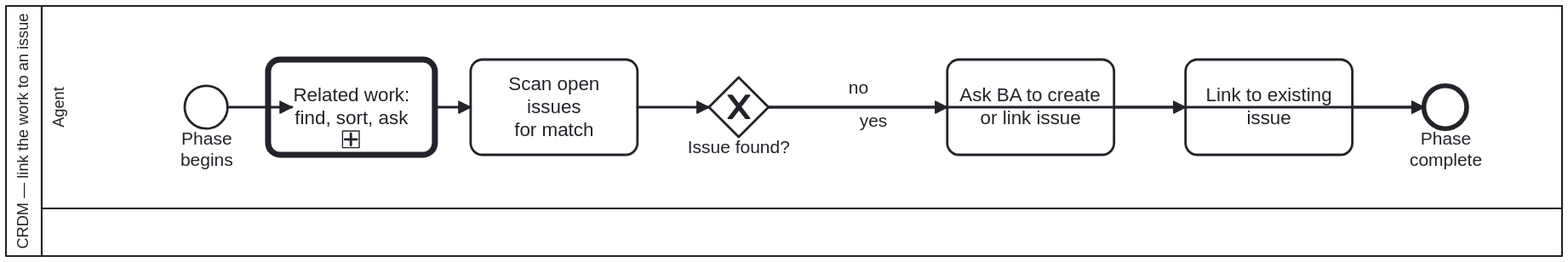
Before: docs/assets/img/workflows/crdm-issue-linking.svg, a diagram exported from BPMN (litlfred/cat-harness). Its source is kept beside it as processes/process/crdm-issue-linking.bpmn. Ids are renumbered. Its diagram source:
```xml
<bpmn:definitions xmlns:bpmn="http://www.omg.org/spec/BPMN/20100524/MODEL"
                  xmlns:bpmndi="http://www.omg.org/spec/BPMN/20100524/DI"
                  xmlns:dc="http://www.omg.org/spec/DD/20100524/DC"
                  xmlns:di="http://www.omg.org/spec/DD/20100524/DI"
                  xmlns:bootstrap.processes="https://litlfred.github.io/bootstrap/v0/processes/ns#"
                   xmlns:cat-harness.processes="https://litlfred.github.io/cat-harness/v0/processes/ns#"
                  id="Definitions_Process_CRDM_Issue" targetNamespace="https://litlfred.github.io/folio-assistant/workflows"
                  exporter="folio-assistant" exporterVersion="1">
  <bpmn:import namespace="https://litlfred.github.io/bootstrap/v0/processes/ns#" location="https://litlfred.github.io/bootstrap/v0/processes/ns.jsonld" importType="http://www.w3.org/ns/json-ld"/>
  <bpmn:resource id="authoring-agent" name="Authoring agent"/>
  <bpmn:collaboration id="Collaboration_Process_CRDM_Issue">
    <bpmn:participant id="Participant_Process_CRDM_Issue" name="CRDM — link the work to an issue" processRef="Process_CRDM_Issue"/>
  </bpmn:collaboration>
  <bpmn:process id="Process_CRDM_Issue" name="CRDM — link the work to an issue" isExecutable="false">
    <bpmn:documentation>Scan for a GitHub issue matching the feature work, then link it or ask — an issue is never created without the BA's permission. Feature work must be linked to a GitHub issue. First find the related work (beans, issues, open PRs) and ask whether to coordinate; then scan before creating, and never create one without the BA's permission — an issue is the stakeholder's record, not the agent's scratchpad.</bpmn:documentation>
    <bpmn:extensionElements>
      <cat-harness.processes:policy enforcement="strict"/>
    </bpmn:extensionElements>
    <bpmn:laneSet id="LaneSet_Process_CRDM_Issue">
      <bpmn:lane id="Lane_Agent" name="Agent" partitionElementRef="authoring-agent">
        <bpmn:documentation>The only CRDM sub-diagram in this slice where the BA has no lane of its own: A_AskCreate is still an Agent-lane activity, so the permission this process exists to enforce is obtained out of band rather than modelled as a cross-lane handoff, unlike crdm-requirements-definition.bpmn and crdm-close.bpmn elsewhere in the same methodology.</bpmn:documentation>
        <bpmn:flowNodeRef>Start_Process_CRDM_Issue</bpmn:flowNodeRef>
        <bpmn:flowNodeRef>Call_RelatedWork</bpmn:flowNodeRef>
        <bpmn:flowNodeRef>A_ScanIssues</bpmn:flowNodeRef>
        <bpmn:flowNodeRef>GW_Issue</bpmn:flowNodeRef>
        <bpmn:flowNodeRef>A_AskCreate</bpmn:flowNodeRef>
        <bpmn:flowNodeRef>A_LinkIssue</bpmn:flowNodeRef>
        <bpmn:flowNodeRef>End_Process_CRDM_Issue</bpmn:flowNodeRef>
      </bpmn:lane>
    </bpmn:laneSet>
    <bpmn:startEvent id="Start_Process_CRDM_Issue" name="Phase begins"/>
    <bpmn:callActivity id="Call_RelatedWork" name="Related work:&#10;find, sort, ask" calledElement="Process_RelatedWork">
      <bpmn:documentation>When the requirement is initiated or updated through a human-agent chat, search the beans and the repository's issues and open PRs for relevance, categorize and summarize them, and ask the user whether and how to coordinate. Judgement decides the categories; the user decides the coordination. Owner, 2026-09-23 (issue #1023).</bpmn:documentation>
    </bpmn:callActivity>
    <bpmn:task id="A_ScanIssues" name="Scan open issues
for match">
      <bpmn:documentation>Search open issues, then recently closed ones, by title and body keywords for one this request belongs to. Requirements may span several issues; note every relevant one.</bpmn:documentation>
      <bpmn:extensionElements><bootstrap.processes:skill ref="crdm-requirements-workflow"/></bpmn:extensionElements>
    </bpmn:task>
    <bpmn:exclusiveGateway id="GW_Issue" name="Issue found?">
      <bpmn:documentation>Answered by the scan of open issues: does one already cover this work? `yes` links to it; `no` asks the BA to create or name one. The agent does not create an issue on its own.</bpmn:documentation>
    </bpmn:exclusiveGateway>
    <bpmn:task id="A_AskCreate" name="Ask BA to create
or link issue">
      <bpmn:documentation>Ask — never create. Creating an issue without the
BA's permission is the thing this step exists to prevent.</bpmn:documentation>
      <bpmn:extensionElements><bootstrap.processes:skill ref="crdm-requirements-workflow"/></bpmn:extensionElements>
    </bpmn:task>
    <bpmn:task id="A_LinkIssue" name="Link to existing issue">
      <bpmn:documentation>A match was found: ask the person whether the requirements go on #NNN, then link the work there. The issue is where stakeholders sign off, so no phase proceeds without one.</bpmn:documentation>
      <bpmn:extensionElements><bootstrap.processes:skill ref="crdm-requirements-workflow"/></bpmn:extensionElements>
    </bpmn:task>
    <bpmn:endEvent id="End_Process_CRDM_Issue" name="Phase complete"/>
    <bpmn:sequenceFlow id="SF_Process_CRDM_Issue_1" sourceRef="Start_Process_CRDM_Issue" targetRef="Call_RelatedWork"/>
    <bpmn:sequenceFlow id="SF_Process_CRDM_Issue_7" sourceRef="Call_RelatedWork" targetRef="A_ScanIssues"/>
    <bpmn:sequenceFlow id="SF_Process_CRDM_Issue_2" sourceRef="A_ScanIssues" targetRef="GW_Issue"/>
    <bpmn:sequenceFlow id="SF_Process_CRDM_Issue_3" name="no" sourceRef="GW_Issue" targetRef="A_AskCreate"/>
    <bpmn:sequenceFlow id="SF_Process_CRDM_Issue_4" name="yes" sourceRef="GW_Issue" targetRef="A_LinkIssue"/>
    <bpmn:sequenceFlow id="SF_Process_CRDM_Issue_5" sourceRef="A_AskCreate" targetRef="End_Process_CRDM_Issue"/>
    <bpmn:sequenceFlow id="SF_Process_CRDM_Issue_6" sourceRef="A_LinkIssue" targetRef="End_Process_CRDM_Issue"/>
  </bpmn:process>
  <bpmndi:BPMNDiagram id="Diagram_Process_CRDM_Issue">
    <bpmndi:BPMNPlane id="Plane_Process_CRDM_Issue" bpmnElement="Collaboration_Process_CRDM_Issue">
      <bpmndi:BPMNShape id="Shape_Participant_Process_CRDM_Issue" bpmnElement="Participant_Process_CRDM_Issue" isHorizontal="true">
        <dc:Bounds x="160" y="80" width="1306" height="210" />
      </bpmndi:BPMNShape>
      <bpmndi:BPMNShape id="Shape_Lane_Agent_Process_CRDM_Issue" bpmnElement="Lane_Agent" isHorizontal="true">
        <dc:Bounds x="190" y="80" width="1276" height="170" />
      </bpmndi:BPMNShape>
      <bpmndi:BPMNShape id="Shape_Start_Process_CRDM_Issue" bpmnElement="Start_Process_CRDM_Issue">
        <dc:Bounds x="310" y="147" width="36" height="36" />
      </bpmndi:BPMNShape>
      <bpmndi:BPMNShape id="Shape_Call_RelatedWork" bpmnElement="Call_RelatedWork">
        <dc:Bounds x="380" y="125" width="140" height="80" />
      </bpmndi:BPMNShape>
      <bpmndi:BPMNShape id="Shape_A_ScanIssues" bpmnElement="A_ScanIssues">
        <dc:Bounds x="550" y="125" width="140" height="80" />
      </bpmndi:BPMNShape>
      <bpmndi:BPMNShape id="Shape_GW_Issue" bpmnElement="GW_Issue" isMarkerVisible="true">
        <dc:Bounds x="750" y="140" width="50" height="50" />
      </bpmndi:BPMNShape>
      <bpmndi:BPMNShape id="Shape_A_AskCreate" bpmnElement="A_AskCreate">
        <dc:Bounds x="950" y="125" width="140" height="80" />
      </bpmndi:BPMNShape>
      <bpmndi:BPMNShape id="Shape_A_LinkIssue" bpmnElement="A_LinkIssue">
        <dc:Bounds x="1150" y="125" width="140" height="80" />
      </bpmndi:BPMNShape>
      <bpmndi:BPMNShape id="Shape_End_Process_CRDM_Issue" bpmnElement="End_Process_CRDM_Issue">
        <dc:Bounds x="1350" y="147" width="36" height="36" />
      </bpmndi:BPMNShape>
      <bpmndi:BPMNEdge id="Edge_SF_Process_CRDM_Issue_1" bpmnElement="SF_Process_CRDM_Issue_1">
        <di:waypoint x="346" y="165" />
        <di:waypoint x="400" y="165" />
      </bpmndi:BPMNEdge>
      <bpmndi:BPMNEdge id="Edge_SF_Process_CRDM_Issue_7" bpmnElement="SF_Process_CRDM_Issue_7">
        <di:waypoint x="520" y="165" />
        <di:waypoint x="550" y="165" />
      </bpmndi:BPMNEdge>
      <bpmndi:BPMNEdge id="Edge_SF_Process_CRDM_Issue_2" bpmnElement="SF_Process_CRDM_Issue_2">
        <di:waypoint x="690" y="165" />
        <di:waypoint x="750" y="165" />
      </bpmndi:BPMNEdge>
      <bpmndi:BPMNEdge id="Edge_SF_Process_CRDM_Issue_3" bpmnElement="SF_Process_CRDM_Issue_3">
        <di:waypoint x="800" y="165" />
        <di:waypoint x="950" y="165" />
      </bpmndi:BPMNEdge>
      <bpmndi:BPMNEdge id="Edge_SF_Process_CRDM_Issue_4" bpmnElement="SF_Process_CRDM_Issue_4">
        <di:waypoint x="800" y="165" />
        <di:waypoint x="1150" y="165" />
        <bpmndi:BPMNLabel><dc:Bounds x="842.5" y="168" width="90" height="18" /></bpmndi:BPMNLabel>
      </bpmndi:BPMNEdge>
      <bpmndi:BPMNEdge id="Edge_SF_Process_CRDM_Issue_5" bpmnElement="SF_Process_CRDM_Issue_5">
        <di:waypoint x="1090" y="165" />
        <di:waypoint x="1350" y="165" />
      </bpmndi:BPMNEdge>
      <bpmndi:BPMNEdge id="Edge_SF_Process_CRDM_Issue_6" bpmnElement="SF_Process_CRDM_Issue_6">
        <di:waypoint x="1290" y="165" />
        <di:waypoint x="1350" y="165" />
      </bpmndi:BPMNEdge>
    </bpmndi:BPMNPlane>
  </bpmndi:BPMNDiagram>
</bpmn:definitions>
```
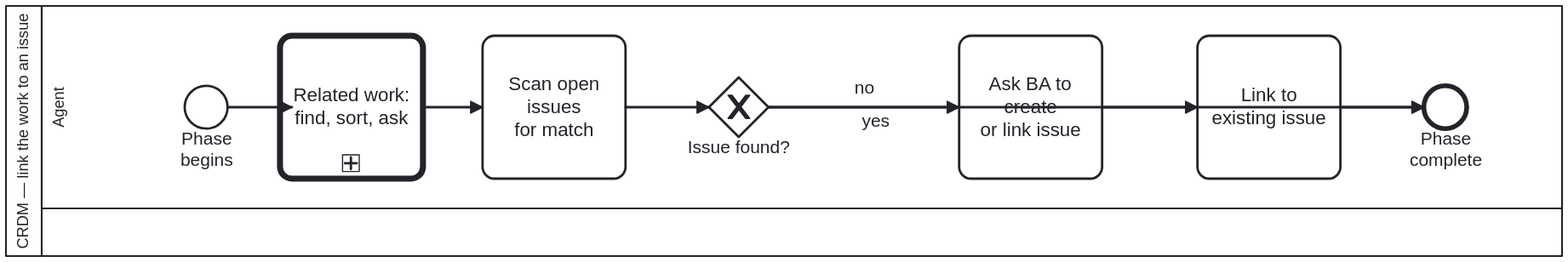
After the commit.

The edit, as a diff of the source:
```diff
@@ -71,19 +71,19 @@
         <dc:Bounds x="310" y="147" width="36" height="36" />
       </bpmndi:BPMNShape>
       <bpmndi:BPMNShape id="Shape_Call_RelatedWork" bpmnElement="Call_RelatedWork">
-        <dc:Bounds x="380" y="125" width="140" height="80" />
+        <dc:Bounds x="390" y="105" width="120" height="120" />
       </bpmndi:BPMNShape>
       <bpmndi:BPMNShape id="Shape_A_ScanIssues" bpmnElement="A_ScanIssues">
-        <dc:Bounds x="550" y="125" width="140" height="80" />
+        <dc:Bounds x="560" y="105" width="120" height="120" />
       </bpmndi:BPMNShape>
       <bpmndi:BPMNShape id="Shape_GW_Issue" bpmnElement="GW_Issue" isMarkerVisible="true">
         <dc:Bounds x="750" y="140" width="50" height="50" />
       </bpmndi:BPMNShape>
       <bpmndi:BPMNShape id="Shape_A_AskCreate" bpmnElement="A_AskCreate">
-        <dc:Bounds x="950" y="125" width="140" height="80" />
+        <dc:Bounds x="960" y="105" width="120" height="120" />
       </bpmndi:BPMNShape>
       <bpmndi:BPMNShape id="Shape_A_LinkIssue" bpmnElement="A_LinkIssue">
-        <dc:Bounds x="1150" y="125" width="140" height="80" />
+        <dc:Bounds x="1160" y="105" width="120" height="120" />
       </bpmndi:BPMNShape>
       <bpmndi:BPMNShape id="Shape_End_Process_CRDM_Issue" bpmnElement="End_Process_CRDM_Issue">
         <dc:Bounds x="1350" y="147" width="36" height="36" />
@@ -93,28 +93,28 @@
         <di:waypoint x="400" y="165" />
       </bpmndi:BPMNEdge>
       <bpmndi:BPMNEdge id="Edge_SF_Process_CRDM_Issue_7" bpmnElement="SF_Process_CRDM_Issue_7">
-        <di:waypoint x="520" y="165" />
-        <di:waypoint x="550" y="165" />
+        <di:waypoint x="510" y="165" />
+        <di:waypoint x="560" y="165" />
       </bpmndi:BPMNEdge>
       <bpmndi:BPMNEdge id="Edge_SF_Process_CRDM_Issue_2" bpmnElement="SF_Process_CRDM_Issue_2">
-        <di:waypoint x="690" y="165" />
+        <di:waypoint x="680" y="165" />
         <di:waypoint x="750" y="165" />
       </bpmndi:BPMNEdge>
       <bpmndi:BPMNEdge id="Edge_SF_Process_CRDM_Issue_3" bpmnElement="SF_Process_CRDM_Issue_3">
         <di:waypoint x="800" y="165" />
-        <di:waypoint x="950" y="165" />
+        <di:waypoint x="960" y="165" />
       </bpmndi:BPMNEdge>
       <bpmndi:BPMNEdge id="Edge_SF_Process_CRDM_Issue_4" bpmnElement="SF_Process_CRDM_Issue_4">
         <di:waypoint x="800" y="165" />
-        <di:waypoint x="1150" y="165" />
-        <bpmndi:BPMNLabel><dc:Bounds x="842.5" y="168" width="90" height="18" /></bpmndi:BPMNLabel>
+        <di:waypoint x="1160" y="165" />
+        <bpmndi:BPMNLabel><dc:Bounds x="845" y="168" width="90" height="18" /></bpmndi:BPMNLabel>
       </bpmndi:BPMNEdge>
       <bpmndi:BPMNEdge id="Edge_SF_Process_CRDM_Issue_5" bpmnElement="SF_Process_CRDM_Issue_5">
-        <di:waypoint x="1090" y="165" />
+        <di:waypoint x="1080" y="165" />
         <di:waypoint x="1350" y="165" />
       </bpmndi:BPMNEdge>
       <bpmndi:BPMNEdge id="Edge_SF_Process_CRDM_Issue_6" bpmnElement="SF_Process_CRDM_Issue_6">
-        <di:waypoint x="1290" y="165" />
+        <di:waypoint x="1280" y="165" />
         <di:waypoint x="1350" y="165" />
       </bpmndi:BPMNEdge>
     </bpmndi:BPMNPlane>
```
